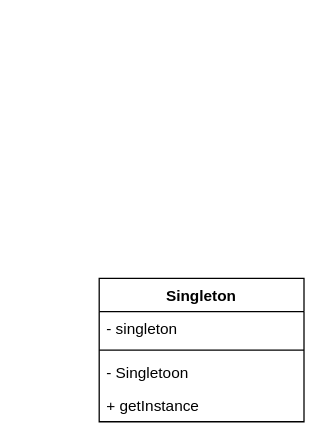
This is patterns/src/main/java/com/tenstone/leet/patterns/singleton/Singleton.drawio from mozhou-tech/java-in-depth, a draw.io file, before an edit. Source tidied: cells renumbered, new cells numbered last; positions are measured from the earlier drawing's top-left corner, leaving out a move shared by most shapes. Both pictures are drawn from the tidied source at 128%, with x=0, y=0 at pixel (99, 278).
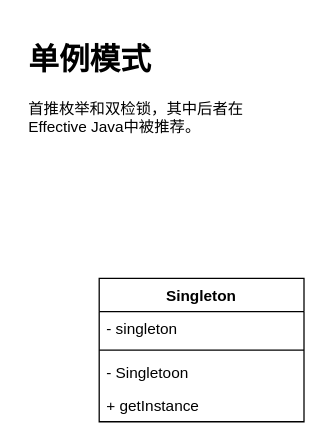
The same diagram, later.

Commit message:
实现3种单例模式

The edit, as a diff of the source:
```diff
@@
 <mxGraphModel>
   <root>
     <mxCell id="0" />
     <mxCell id="1" parent="0" />
     <mxCell id="2" value="Singleton" style="swimlane;fontStyle=1;align=center;verticalAlign=top;horizontal=1;startSize=26;" parent="1" vertex="1">
       <mxGeometry width="160" height="112" as="geometry" />
     </mxCell>
     <mxCell id="3" value="- singleton" style="text;strokeColor=none;fillColor=none;align=left;verticalAlign=top;spacingLeft=4;spacingRight=4;overflow=hidden;" parent="2" vertex="1">
       <mxGeometry y="26" width="160" height="26" as="geometry" />
     </mxCell>
     <mxCell id="4" style="line;strokeWidth=1;fillColor=none;align=left;verticalAlign=middle;spacingTop=-1;spacingLeft=3;spacingRight=3;labelPosition=right;" parent="2" vertex="1">
       <mxGeometry y="52" width="160" height="8" as="geometry" />
     </mxCell>
     <mxCell id="5" value="- Singletoon" style="text;strokeColor=none;fillColor=none;align=left;verticalAlign=top;spacingLeft=4;spacingRight=4;overflow=hidden;" parent="2" vertex="1">
       <mxGeometry y="60" width="160" height="26" as="geometry" />
     </mxCell>
     <mxCell id="6" value="+ getInstance" style="text;strokeColor=none;fillColor=none;align=left;verticalAlign=top;spacingLeft=4;spacingRight=4;overflow=hidden;" parent="2" vertex="1">
       <mxGeometry y="86" width="160" height="26" as="geometry" />
     </mxCell>
+    <mxCell id="7" value="&lt;h1&gt;单例模式&lt;/h1&gt;&lt;p&gt;首推枚举和双检锁，其中后者在Effective Java中被推荐。&lt;/p&gt;" style="text;html=1;strokeColor=none;fillColor=none;spacing=5;spacingTop=-20;whiteSpace=wrap;overflow=hidden;rounded=0;" parent="1" vertex="1">
+      <mxGeometry x="-60" y="-190" width="190" height="90" as="geometry" />
+    </mxCell>
   </root>
 </mxGraphModel>
```
